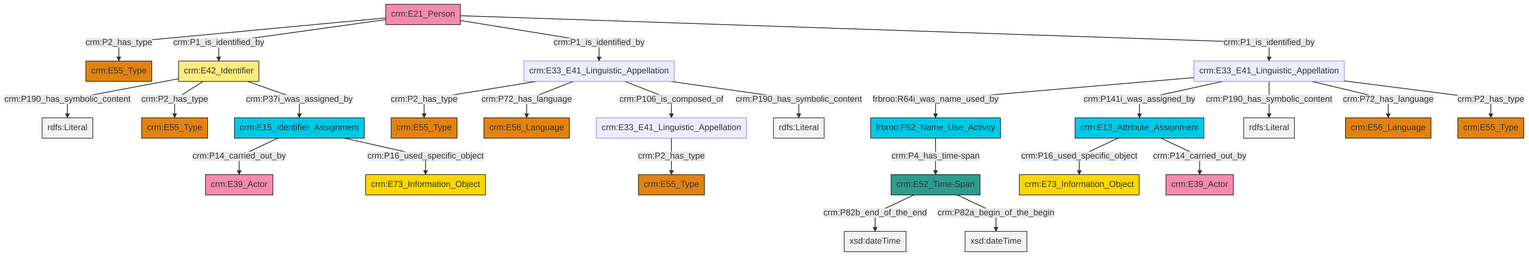
Earlier version of the Mermaid export et/personCSV/ttl/mmd/png/Person_Names_and_Classification.png (swiss-art-research-net/reference-data-models). Its source is kept beside it as et/personCSV/ttl/mmd/Person_Names_and_Classification.ttl.mmd.
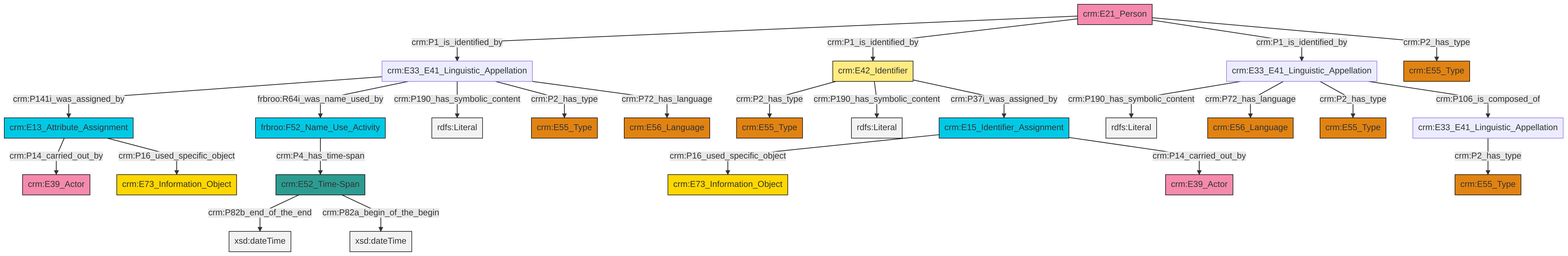
Above is the later version.

Change to the diagram source:
```diff
@@ -13,27 +13,27 @@
 classDef PC_Classes fill:#4ce600, stroke:#000000;
 classDef Multi fill:#cccccc,stroke:#000000;
 
-0["crm:E13_Attribute_Assignment"]:::Temporal_Entity -->|crm:P16_used_specific_object| 1["crm:E73_Information_Object"]:::Conceptual_Object
-3["crm:E33_E41_Linguistic_Appellation"]:::Default -->|crm:P2_has_type| 4["crm:E55_Type"]:::Type
-5["crm:E42_Identifier"]:::Appellation -->|crm:P190_has_symbolic_content| 6[rdfs:Literal]:::Literal
-11["crm:E15_Identifier_Assignment"]:::Temporal_Entity -->|crm:P14_carried_out_by| 12["crm:E39_Actor"]:::Actor
-5["crm:E42_Identifier"]:::Appellation -->|crm:P2_has_type| 13["crm:E55_Type"]:::Type
-18["crm:E33_E41_Linguistic_Appellation"]:::Default -->|frbroo:R64i_was_name_used_by| 19["frbroo:F52_Name_Use_Activity"]:::Temporal_Entity
-20["crm:E52_Time-Span"]:::Time-Span -->|crm:P82b_end_of_the_end| 21[xsd:dateTime]:::Literal
-24["crm:E21_Person"]:::Actor -->|crm:P2_has_type| 25["crm:E55_Type"]:::Type
-5["crm:E42_Identifier"]:::Appellation -->|crm:P37i_was_assigned_by| 11["crm:E15_Identifier_Assignment"]:::Temporal_Entity
-18["crm:E33_E41_Linguistic_Appellation"]:::Default -->|crm:P141i_was_assigned_by| 0["crm:E13_Attribute_Assignment"]:::Temporal_Entity
-18["crm:E33_E41_Linguistic_Appellation"]:::Default -->|crm:P190_has_symbolic_content| 35[rdfs:Literal]:::Literal
-18["crm:E33_E41_Linguistic_Appellation"]:::Default -->|crm:P72_has_language| 22["crm:E56_Language"]:::Type
-3["crm:E33_E41_Linguistic_Appellation"]:::Default -->|crm:P72_has_language| 16["crm:E56_Language"]:::Type
-3["crm:E33_E41_Linguistic_Appellation"]:::Default -->|crm:P106_is_composed_of| 14["crm:E33_E41_Linguistic_Appellation"]:::Default
-18["crm:E33_E41_Linguistic_Appellation"]:::Default -->|crm:P2_has_type| 31["crm:E55_Type"]:::Type
-3["crm:E33_E41_Linguistic_Appellation"]:::Default -->|crm:P190_has_symbolic_content| 40[rdfs:Literal]:::Literal
-24["crm:E21_Person"]:::Actor -->|crm:P1_is_identified_by| 5["crm:E42_Identifier"]:::Appellation
-20["crm:E52_Time-Span"]:::Time-Span -->|crm:P82a_begin_of_the_begin| 41[xsd:dateTime]:::Literal
-14["crm:E33_E41_Linguistic_Appellation"]:::Default -->|crm:P2_has_type| 36["crm:E55_Type"]:::Type
-24["crm:E21_Person"]:::Actor -->|crm:P1_is_identified_by| 3["crm:E33_E41_Linguistic_Appellation"]:::Default
-0["crm:E13_Attribute_Assignment"]:::Temporal_Entity -->|crm:P14_carried_out_by| 26["crm:E39_Actor"]:::Actor
-11["crm:E15_Identifier_Assignment"]:::Temporal_Entity -->|crm:P16_used_specific_object| 9["crm:E73_Information_Object"]:::Conceptual_Object
-19["frbroo:F52_Name_Use_Activity"]:::Temporal_Entity -->|crm:P4_has_time-span| 20["crm:E52_Time-Span"]:::Time-Span
-24["crm:E21_Person"]:::Actor -->|crm:P1_is_identified_by| 18["crm:E33_E41_Linguistic_Appellation"]:::Default
+0["crm:E42_Identifier"]:::Appellation -->|crm:P2_has_type| 1["crm:E55_Type"]:::Type
+4["crm:E33_E41_Linguistic_Appellation"]:::Default -->|crm:P190_has_symbolic_content| 5[rdfs:Literal]:::Literal
+6["crm:E21_Person"]:::Actor -->|crm:P1_is_identified_by| 7["crm:E33_E41_Linguistic_Appellation"]:::Default
+6["crm:E21_Person"]:::Actor -->|crm:P1_is_identified_by| 0["crm:E42_Identifier"]:::Appellation
+7["crm:E33_E41_Linguistic_Appellation"]:::Default -->|crm:P141i_was_assigned_by| 2["crm:E13_Attribute_Assignment"]:::Temporal_Entity
+13["crm:E52_Time-Span"]:::Time-Span -->|crm:P82b_end_of_the_end| 14[xsd:dateTime]:::Literal
+4["crm:E33_E41_Linguistic_Appellation"]:::Default -->|crm:P72_has_language| 18["crm:E56_Language"]:::Type
+22["crm:E15_Identifier_Assignment"]:::Temporal_Entity -->|crm:P16_used_specific_object| 20["crm:E73_Information_Object"]:::Conceptual_Object
+11["crm:E33_E41_Linguistic_Appellation"]:::Default -->|crm:P2_has_type| 23["crm:E55_Type"]:::Type
+6["crm:E21_Person"]:::Actor -->|crm:P1_is_identified_by| 4["crm:E33_E41_Linguistic_Appellation"]:::Default
+7["crm:E33_E41_Linguistic_Appellation"]:::Default -->|frbroo:R64i_was_name_used_by| 29["frbroo:F52_Name_Use_Activity"]:::Temporal_Entity
+2["crm:E13_Attribute_Assignment"]:::Temporal_Entity -->|crm:P14_carried_out_by| 26["crm:E39_Actor"]:::Actor
+7["crm:E33_E41_Linguistic_Appellation"]:::Default -->|crm:P190_has_symbolic_content| 32[rdfs:Literal]:::Literal
+4["crm:E33_E41_Linguistic_Appellation"]:::Default -->|crm:P2_has_type| 33["crm:E55_Type"]:::Type
+29["frbroo:F52_Name_Use_Activity"]:::Temporal_Entity -->|crm:P4_has_time-span| 13["crm:E52_Time-Span"]:::Time-Span
+0["crm:E42_Identifier"]:::Appellation -->|crm:P190_has_symbolic_content| 36[rdfs:Literal]:::Literal
+0["crm:E42_Identifier"]:::Appellation -->|crm:P37i_was_assigned_by| 22["crm:E15_Identifier_Assignment"]:::Temporal_Entity
+4["crm:E33_E41_Linguistic_Appellation"]:::Default -->|crm:P106_is_composed_of| 11["crm:E33_E41_Linguistic_Appellation"]:::Default
+2["crm:E13_Attribute_Assignment"]:::Temporal_Entity -->|crm:P16_used_specific_object| 40["crm:E73_Information_Object"]:::Conceptual_Object
+13["crm:E52_Time-Span"]:::Time-Span -->|crm:P82a_begin_of_the_begin| 42[xsd:dateTime]:::Literal
+7["crm:E33_E41_Linguistic_Appellation"]:::Default -->|crm:P2_has_type| 16["crm:E55_Type"]:::Type
+7["crm:E33_E41_Linguistic_Appellation"]:::Default -->|crm:P72_has_language| 34["crm:E56_Language"]:::Type
+6["crm:E21_Person"]:::Actor -->|crm:P2_has_type| 30["crm:E55_Type"]:::Type
+22["crm:E15_Identifier_Assignment"]:::Temporal_Entity -->|crm:P14_carried_out_by| 9["crm:E39_Actor"]:::Actor
```
